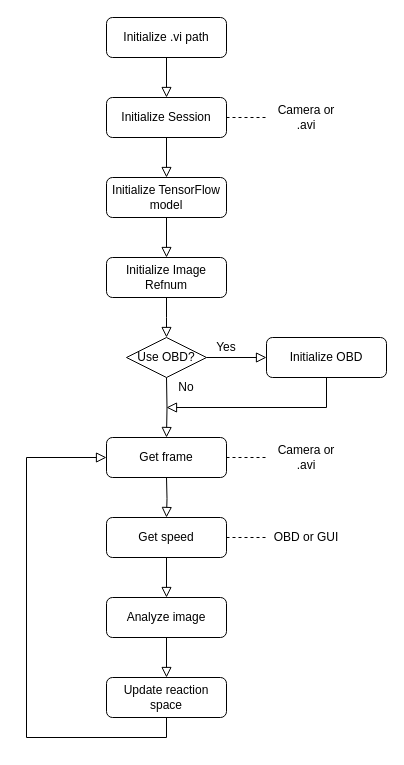
The draw.io diagram State machine diagram/StateDiagram.drawio in FrantisekKracmar/AV_testing, before the edit. Source tidied: cells renumbered, new cells numbered last; positions are measured from the earlier drawing's top-left corner, leaving out a move shared by most shapes. Both pictures are drawn from the tidied source at 100%, with x=0, y=0 at pixel (26, 17).
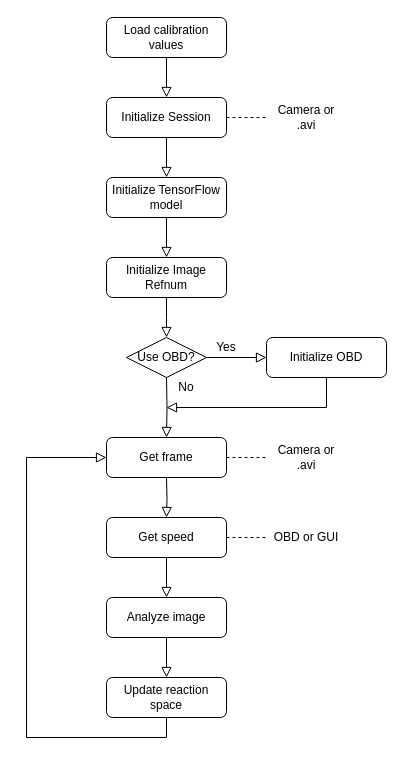
The same page after the edit.

Diff of the diagram source:
```diff
@@
-    <mxCell id="3" value="Initialize .vi path" style="rounded=1;whiteSpace=wrap;html=1;fontSize=12;glass=0;strokeWidth=1;shadow=0;" parent="1" vertex="1">
+    <mxCell id="3" value="Load calibration values" style="rounded=1;whiteSpace=wrap;html=1;fontSize=12;glass=0;strokeWidth=1;shadow=0;" parent="1" vertex="1">
       <mxGeometry x="80" width="120" height="40" as="geometry" />
     </mxCell>
```
